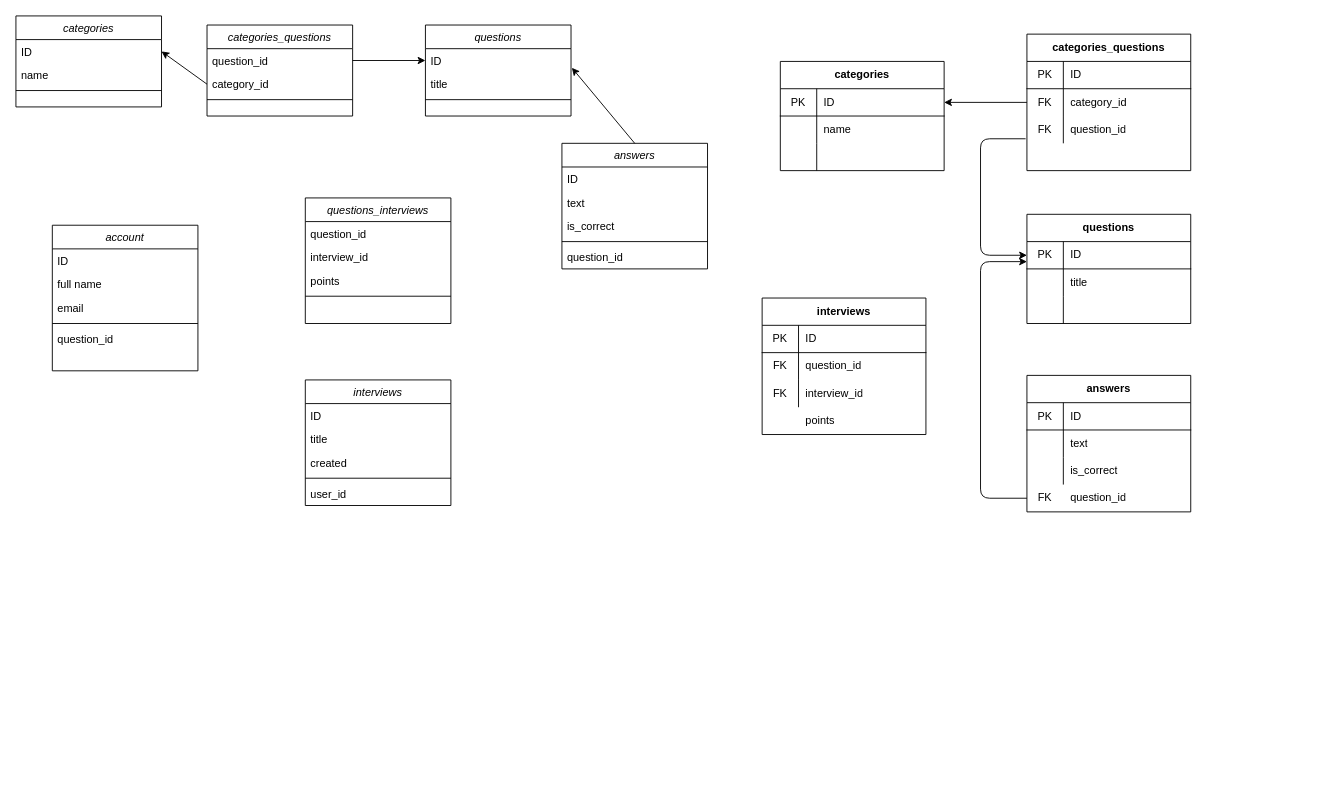
Earlier version of the draw.io diagram Untitled Diagram.drawio (marina-bozic/s3-terraform). Source tidied: cells renumbered, new cells numbered last; positions are measured from the earlier drawing's top-left corner, leaving out a move shared by most shapes. Both pictures are drawn from the tidied source at 91%, with x=0, y=0 at pixel (15, 15).
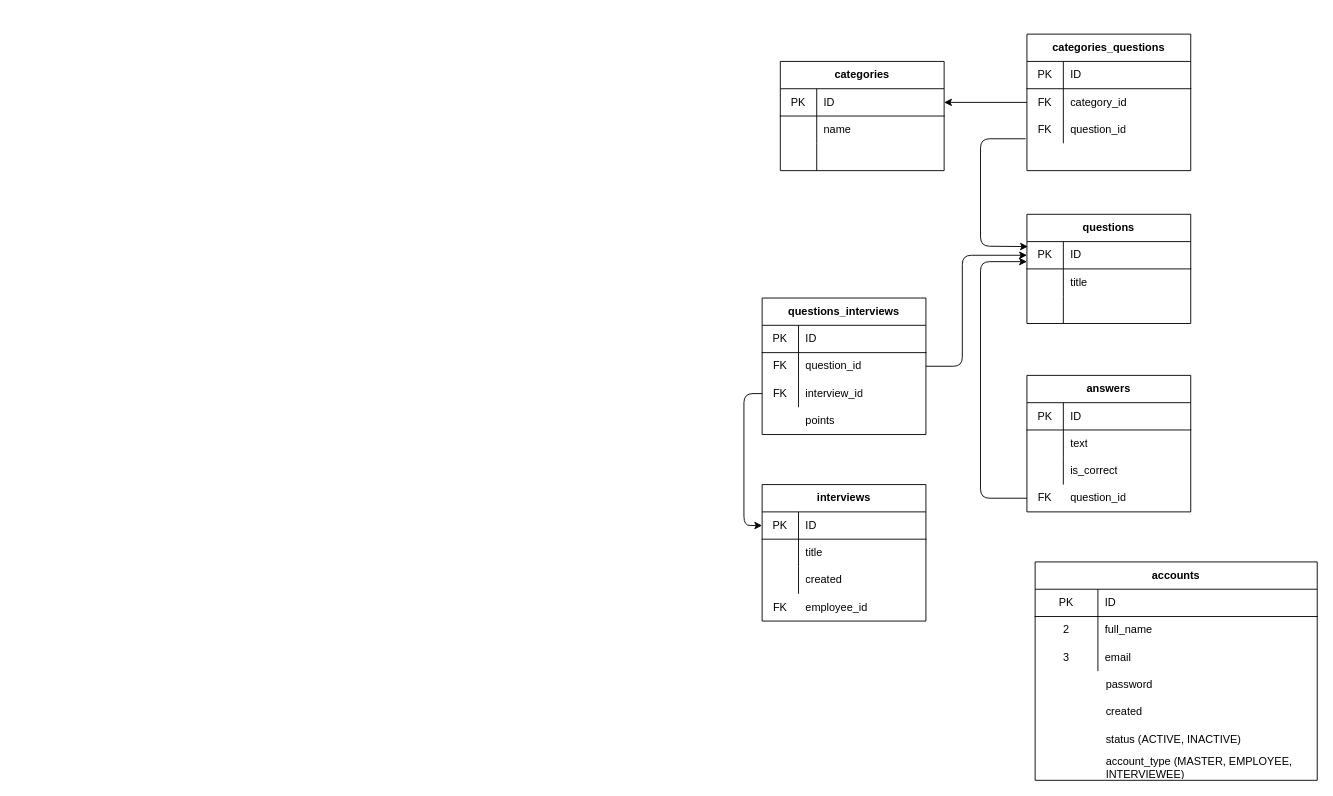
The same diagram, later.

Unchanged cells that the change refers to:
```xml
<mxCell id="57" style="shape=partialRectangle;html=1;whiteSpace=wrap;fillColor=none;top=0;left=0;bottom=0;right=0;points=[[0,0.5],[1,0.5]];portConstraint=eastwest;" parent="50" vertex="1">
  <mxGeometry y="90" width="180" height="30" as="geometry" />
</mxCell>
<mxCell id="61" style="shape=partialRectangle;html=1;whiteSpace=wrap;fillColor=none;top=0;left=0;bottom=1;right=0;points=[[0,0.5],[1,0.5]];portConstraint=eastwest;" parent="60" vertex="1">
  <mxGeometry y="30" width="180" height="30" as="geometry" />
</mxCell>
<mxCell id="89" style="shape=partialRectangle;html=1;whiteSpace=wrap;fillColor=none;top=0;left=0;bottom=0;right=0;points=[[0,0.5],[1,0.5]];portConstraint=eastwest;" parent="85" vertex="1">
  <mxGeometry y="60" width="180" height="30" as="geometry" />
</mxCell>
<mxCell id="92" style="shape=partialRectangle;html=1;whiteSpace=wrap;fillColor=none;top=0;left=0;bottom=0;right=0;points=[[0,0.5],[1,0.5]];portConstraint=eastwest;" parent="85" vertex="1">
  <mxGeometry y="90" width="180" height="30" as="geometry" />
</mxCell>
```

The edit, as a diff of the source:
```diff
@@
-    <mxCell id="2" value="categories" style="swimlane;fontStyle=2;align=center;verticalAlign=top;horizontal=1;startSize=26;rounded=0;shadow=0;strokeWidth=1;" parent="1" vertex="1">
-      <mxGeometry width="160" height="100" as="geometry" />
-    </mxCell>
-    <mxCell id="3" value="ID" style="text;align=left;verticalAlign=top;spacingLeft=4;spacingRight=4;overflow=hidden;points=[[0,0.5],[1,0.5]];portConstraint=eastwest;" parent="2" vertex="1">
-      <mxGeometry y="26" width="160" height="26" as="geometry" />
-    </mxCell>
-    <mxCell id="4" value="name" style="text;align=left;verticalAlign=top;spacingLeft=4;spacingRight=4;overflow=hidden;rounded=0;shadow=0;html=0;" parent="2" vertex="1">
-      <mxGeometry y="52" width="160" height="26" as="geometry" />
-    </mxCell>
-    <mxCell id="5" style="line;html=1;strokeWidth=1;align=left;verticalAlign=middle;spacingTop=-1;spacingLeft=3;spacingRight=3;labelPosition=right;" parent="2" vertex="1">
-      <mxGeometry y="78" width="160" height="8" as="geometry" />
-    </mxCell>
-    <mxCell id="6" value="questions" style="swimlane;fontStyle=2;align=center;verticalAlign=top;horizontal=1;startSize=26;rounded=0;shadow=0;strokeWidth=1;" parent="1" vertex="1">
-      <mxGeometry x="450" y="10" width="160" height="100" as="geometry" />
-    </mxCell>
-    <mxCell id="7" value="ID" style="text;align=left;verticalAlign=top;spacingLeft=4;spacingRight=4;overflow=hidden;points=[[0,0.5],[1,0.5]];portConstraint=eastwest;" parent="6" vertex="1">
-      <mxGeometry y="26" width="160" height="26" as="geometry" />
-    </mxCell>
-    <mxCell id="8" value="title" style="text;align=left;verticalAlign=top;spacingLeft=4;spacingRight=4;overflow=hidden;points=[[0,0.5],[1,0.5]];portConstraint=eastwest;rounded=0;shadow=0;html=0;" parent="6" vertex="1">
-      <mxGeometry y="52" width="160" height="26" as="geometry" />
-    </mxCell>
-    <mxCell id="9" style="line;html=1;strokeWidth=1;align=left;verticalAlign=middle;spacingTop=-1;spacingLeft=3;spacingRight=3;labelPosition=right;" parent="6" vertex="1">
-      <mxGeometry y="78" width="160" height="8" as="geometry" />
-    </mxCell>
-    <mxCell id="10" value="categories_questions" style="swimlane;fontStyle=2;align=center;verticalAlign=top;horizontal=1;startSize=26;rounded=0;shadow=0;strokeWidth=1;" parent="1" vertex="1">
-      <mxGeometry x="210" y="10" width="160" height="100" as="geometry" />
-    </mxCell>
-    <mxCell id="11" value="question_id" style="text;align=left;verticalAlign=top;spacingLeft=4;spacingRight=4;overflow=hidden;points=[[0,0.5],[1,0.5]];portConstraint=eastwest;" parent="10" vertex="1">
-      <mxGeometry y="26" width="160" height="26" as="geometry" />
-    </mxCell>
-    <mxCell id="12" value="category_id" style="text;align=left;verticalAlign=top;spacingLeft=4;spacingRight=4;overflow=hidden;points=[[0,0.5],[1,0.5]];portConstraint=eastwest;rounded=0;shadow=0;html=0;" parent="10" vertex="1">
-      <mxGeometry y="52" width="160" height="26" as="geometry" />
-    </mxCell>
-    <mxCell id="13" style="line;html=1;strokeWidth=1;align=left;verticalAlign=middle;spacingTop=-1;spacingLeft=3;spacingRight=3;labelPosition=right;" parent="10" vertex="1">
-      <mxGeometry y="78" width="160" height="8" as="geometry" />
-    </mxCell>
-    <mxCell id="14" style="endArrow=classic;html=1;exitX=1;exitY=0.5;exitDx=0;exitDy=0;entryX=0;entryY=0.5;entryDx=0;entryDy=0;" parent="1" edge="1" source="11" target="7">
-      <mxGeometry relative="1" as="geometry" />
-    </mxCell>
-    <mxCell id="15" style="endArrow=classic;html=1;exitX=0;exitY=0.5;exitDx=0;exitDy=0;entryX=1;entryY=0.5;entryDx=0;entryDy=0;" parent="1" edge="1" source="12" target="3">
-      <mxGeometry relative="1" as="geometry" />
-    </mxCell>
-    <mxCell id="16" value="answers" style="swimlane;fontStyle=2;align=center;verticalAlign=top;horizontal=1;startSize=26;rounded=0;shadow=0;strokeWidth=1;" parent="1" vertex="1">
-      <mxGeometry x="600" y="140" width="160" height="138" as="geometry" />
-    </mxCell>
-    <mxCell id="17" value="ID" style="text;align=left;verticalAlign=top;spacingLeft=4;spacingRight=4;overflow=hidden;" parent="16" vertex="1">
-      <mxGeometry y="26" width="160" height="26" as="geometry" />
-    </mxCell>
-    <mxCell id="18" value="text" style="text;align=left;verticalAlign=top;spacingLeft=4;spacingRight=4;overflow=hidden;rounded=0;shadow=0;html=0;" parent="16" vertex="1">
-      <mxGeometry y="52" width="160" height="26" as="geometry" />
-    </mxCell>
-    <mxCell id="19" value="is_correct" style="text;align=left;verticalAlign=top;spacingLeft=4;spacingRight=4;overflow=hidden;rounded=0;shadow=0;html=0;" parent="16" vertex="1">
-      <mxGeometry y="78" width="160" height="26" as="geometry" />
-    </mxCell>
-    <mxCell id="20" style="line;html=1;strokeWidth=1;align=left;verticalAlign=middle;spacingTop=-1;spacingLeft=3;spacingRight=3;labelPosition=right;" parent="16" vertex="1">
-      <mxGeometry y="104" width="160" height="8" as="geometry" />
-    </mxCell>
-    <mxCell id="21" value="question_id" style="text;align=left;verticalAlign=top;spacingLeft=4;spacingRight=4;overflow=hidden;" parent="16" vertex="1">
-      <mxGeometry y="112" width="160" height="26" as="geometry" />
-    </mxCell>
-    <mxCell id="22" style="endArrow=classic;html=1;exitX=0.5;exitY=0;exitDx=0;exitDy=0;entryX=1.006;entryY=-0.192;entryDx=0;entryDy=0;entryPerimeter=0;" parent="1" edge="1" source="16" target="8">
-      <mxGeometry relative="1" as="geometry" />
-    </mxCell>
-    <mxCell id="23" value="questions_interviews" style="swimlane;fontStyle=2;align=center;verticalAlign=top;horizontal=1;startSize=26;rounded=0;shadow=0;strokeWidth=1;" parent="1" vertex="1">
-      <mxGeometry x="318" y="200" width="160" height="138" as="geometry" />
-    </mxCell>
-    <mxCell id="24" value="question_id" style="text;align=left;verticalAlign=top;spacingLeft=4;spacingRight=4;overflow=hidden;" parent="23" vertex="1">
-      <mxGeometry y="26" width="160" height="26" as="geometry" />
-    </mxCell>
-    <mxCell id="25" value="interview_id" style="text;align=left;verticalAlign=top;spacingLeft=4;spacingRight=4;overflow=hidden;rounded=0;shadow=0;html=0;" parent="23" vertex="1">
-      <mxGeometry y="52" width="160" height="26" as="geometry" />
-    </mxCell>
-    <mxCell id="26" value="points" style="text;align=left;verticalAlign=top;spacingLeft=4;spacingRight=4;overflow=hidden;rounded=0;shadow=0;html=0;" parent="23" vertex="1">
-      <mxGeometry y="78" width="160" height="26" as="geometry" />
-    </mxCell>
-    <mxCell id="27" style="line;html=1;strokeWidth=1;align=left;verticalAlign=middle;spacingTop=-1;spacingLeft=3;spacingRight=3;labelPosition=right;" parent="23" vertex="1">
-      <mxGeometry y="104" width="160" height="8" as="geometry" />
-    </mxCell>
-    <mxCell id="28" value="interviews" style="swimlane;fontStyle=2;align=center;verticalAlign=top;horizontal=1;startSize=26;rounded=0;shadow=0;strokeWidth=1;" parent="1" vertex="1">
-      <mxGeometry x="318" y="400" width="160" height="138" as="geometry" />
-    </mxCell>
-    <mxCell id="29" value="ID" style="text;align=left;verticalAlign=top;spacingLeft=4;spacingRight=4;overflow=hidden;" parent="28" vertex="1">
-      <mxGeometry y="26" width="160" height="26" as="geometry" />
-    </mxCell>
-    <mxCell id="30" value="title" style="text;align=left;verticalAlign=top;spacingLeft=4;spacingRight=4;overflow=hidden;rounded=0;shadow=0;html=0;" parent="28" vertex="1">
-      <mxGeometry y="52" width="160" height="26" as="geometry" />
-    </mxCell>
-    <mxCell id="31" value="created" style="text;align=left;verticalAlign=top;spacingLeft=4;spacingRight=4;overflow=hidden;rounded=0;shadow=0;html=0;" parent="28" vertex="1">
-      <mxGeometry y="78" width="160" height="26" as="geometry" />
-    </mxCell>
-    <mxCell id="32" style="line;html=1;strokeWidth=1;align=left;verticalAlign=middle;spacingTop=-1;spacingLeft=3;spacingRight=3;labelPosition=right;" parent="28" vertex="1">
-      <mxGeometry y="104" width="160" height="8" as="geometry" />
-    </mxCell>
-    <mxCell id="33" value="user_id" style="text;align=left;verticalAlign=top;spacingLeft=4;spacingRight=4;overflow=hidden;" parent="28" vertex="1">
-      <mxGeometry y="112" width="160" height="26" as="geometry" />
-    </mxCell>
-    <mxCell id="34" value="account" style="swimlane;fontStyle=2;align=center;verticalAlign=top;horizontal=1;startSize=26;rounded=0;shadow=0;strokeWidth=1;" parent="1" vertex="1">
-      <mxGeometry x="40" y="230" width="160" height="160" as="geometry" />
-    </mxCell>
-    <mxCell id="35" value="ID" style="text;align=left;verticalAlign=top;spacingLeft=4;spacingRight=4;overflow=hidden;" parent="34" vertex="1">
-      <mxGeometry y="26" width="160" height="26" as="geometry" />
-    </mxCell>
-    <mxCell id="36" value="full name" style="text;align=left;verticalAlign=top;spacingLeft=4;spacingRight=4;overflow=hidden;rounded=0;shadow=0;html=0;" parent="34" vertex="1">
-      <mxGeometry y="52" width="160" height="26" as="geometry" />
-    </mxCell>
-    <mxCell id="37" value="email" style="text;align=left;verticalAlign=top;spacingLeft=4;spacingRight=4;overflow=hidden;rounded=0;shadow=0;html=0;" parent="34" vertex="1">
-      <mxGeometry y="78" width="160" height="26" as="geometry" />
-    </mxCell>
-    <mxCell id="38" style="line;html=1;strokeWidth=1;align=left;verticalAlign=middle;spacingTop=-1;spacingLeft=3;spacingRight=3;labelPosition=right;" parent="34" vertex="1">
-      <mxGeometry y="104" width="160" height="8" as="geometry" />
-    </mxCell>
-    <mxCell id="39" value="question_id" style="text;align=left;verticalAlign=top;spacingLeft=4;spacingRight=4;overflow=hidden;" parent="34" vertex="1">
-      <mxGeometry y="112" width="160" height="22" as="geometry" />
-    </mxCell>
@@
-    <mxCell id="84" style="endArrow=classic;html=1;exitX=-0.008;exitY=0.833;exitDx=0;exitDy=0;entryX=0;entryY=0.5;entryDx=0;entryDy=0;exitPerimeter=0;" parent="1" edge="1" source="57" target="61">
+    <mxCell id="84" style="endArrow=classic;html=1;exitX=-0.008;exitY=0.833;exitDx=0;exitDy=0;entryX=0.006;entryY=0.183;entryDx=0;entryDy=0;exitPerimeter=0;entryPerimeter=0;" parent="1" edge="1" source="57" target="61">
       <mxGeometry relative="1" as="geometry">
         <Array as="points">
           <mxPoint x="1060" y="135" />
-          <mxPoint x="1060" y="263" />
+          <mxPoint x="1060" y="253" />
         </Array>
       </mxGeometry>
     </mxCell>
-    <mxCell id="85" value="interviews" style="shape=table;html=1;whiteSpace=wrap;startSize=30;childLayout=tableLayout;rowLines=0;fontStyle=1;align=center;" parent="1" vertex="1">
+    <mxCell id="85" value="questions_interviews" style="shape=table;html=1;whiteSpace=wrap;startSize=30;childLayout=tableLayout;rowLines=0;fontStyle=1;align=center;" parent="1" vertex="1">
       <mxGeometry x="820" y="310" width="180" height="150" as="geometry" />
     </mxCell>
@@
+    <mxCell id="28" value="interviews" style="shape=table;html=1;whiteSpace=wrap;startSize=30;childLayout=tableLayout;rowLines=0;fontStyle=1;align=center;" parent="1" vertex="1">
+      <mxGeometry x="820" y="515" width="180" height="150" as="geometry" />
+    </mxCell>
+    <mxCell id="96" style="shape=partialRectangle;html=1;whiteSpace=wrap;fillColor=none;top=0;left=0;bottom=1;right=0;points=[[0,0.5],[1,0.5]];portConstraint=eastwest;" parent="28" vertex="1">
+      <mxGeometry y="30" width="180" height="30" as="geometry" />
+    </mxCell>
+    <mxCell id="97" value="PK" style="shape=partialRectangle;html=1;whiteSpace=wrap;fillColor=none;top=0;left=0;bottom=0;right=0;overflow=hidden;" parent="96" vertex="1">
+      <mxGeometry width="40" height="30" as="geometry" />
+    </mxCell>
+    <mxCell id="98" value="ID" style="shape=partialRectangle;html=1;whiteSpace=wrap;fillColor=none;top=0;left=0;bottom=0;right=0;align=left;spacingLeft=6;overflow=hidden;" parent="96" vertex="1">
+      <mxGeometry x="40" width="140" height="30" as="geometry" />
+    </mxCell>
+    <mxCell id="99" style="shape=partialRectangle;html=1;whiteSpace=wrap;fillColor=none;top=0;left=0;bottom=0;right=0;" parent="28" vertex="1">
+      <mxGeometry y="60" width="180" height="30" as="geometry" />
+    </mxCell>
+    <mxCell id="100" style="shape=partialRectangle;html=1;whiteSpace=wrap;fillColor=none;top=0;left=0;bottom=0;right=0;overflow=hidden;" parent="99" vertex="1">
+      <mxGeometry width="40" height="30" as="geometry" />
+    </mxCell>
+    <mxCell id="101" value="title" style="shape=partialRectangle;html=1;whiteSpace=wrap;fillColor=none;top=0;left=0;bottom=0;right=0;align=left;spacingLeft=6;overflow=hidden;" parent="99" vertex="1">
+      <mxGeometry x="40" width="140" height="30" as="geometry" />
+    </mxCell>
+    <mxCell id="102" style="shape=partialRectangle;html=1;whiteSpace=wrap;fillColor=none;top=0;left=0;bottom=0;right=0;" parent="28" vertex="1">
+      <mxGeometry y="90" width="180" height="30" as="geometry" />
+    </mxCell>
+    <mxCell id="103" style="shape=partialRectangle;html=1;whiteSpace=wrap;fillColor=none;top=0;left=0;bottom=0;right=0;overflow=hidden;" parent="102" vertex="1">
+      <mxGeometry width="40" height="30" as="geometry" />
+    </mxCell>
+    <mxCell id="104" value="created" style="shape=partialRectangle;html=1;whiteSpace=wrap;fillColor=none;top=0;left=0;bottom=0;right=0;align=left;spacingLeft=6;overflow=hidden;" parent="102" vertex="1">
+      <mxGeometry x="40" width="140" height="30" as="geometry" />
+    </mxCell>
+    <mxCell id="105" value="employee_id" style="shape=partialRectangle;html=1;whiteSpace=wrap;fillColor=none;top=0;left=0;bottom=0;right=0;align=left;spacingLeft=6;overflow=hidden;" parent="1" vertex="1">
+      <mxGeometry x="860" y="635" width="140" height="30" as="geometry" />
+    </mxCell>
+    <mxCell id="106" value="FK" style="shape=partialRectangle;html=1;whiteSpace=wrap;fillColor=none;top=0;left=0;bottom=0;right=0;overflow=hidden;" parent="1" vertex="1">
+      <mxGeometry x="820" y="635" width="40" height="30" as="geometry" />
+    </mxCell>
+    <mxCell id="107" style="endArrow=classic;html=1;exitX=1;exitY=0.5;exitDx=0;exitDy=0;entryX=0;entryY=0.5;entryDx=0;entryDy=0;" parent="1" edge="1" source="89" target="61">
+      <mxGeometry relative="1" as="geometry">
+        <Array as="points">
+          <mxPoint x="1040" y="385" />
+          <mxPoint x="1040" y="263" />
+        </Array>
+      </mxGeometry>
+    </mxCell>
+    <mxCell id="108" style="endArrow=classic;html=1;exitX=0;exitY=0.5;exitDx=0;exitDy=0;entryX=0;entryY=0.5;entryDx=0;entryDy=0;" parent="1" edge="1" source="92" target="96">
+      <mxGeometry relative="1" as="geometry">
+        <Array as="points">
+          <mxPoint x="800" y="415" />
+          <mxPoint x="800" y="560" />
+        </Array>
+      </mxGeometry>
+    </mxCell>
+    <mxCell id="109" value="accounts" style="shape=table;html=1;whiteSpace=wrap;startSize=30;childLayout=tableLayout;rowLines=0;fontStyle=1;align=center;" parent="1" vertex="1">
+      <mxGeometry x="1120" y="600" width="310" height="240" as="geometry" />
+    </mxCell>
+    <mxCell id="110" style="shape=partialRectangle;html=1;whiteSpace=wrap;fillColor=none;top=0;left=0;bottom=1;right=0;" parent="109" vertex="1">
+      <mxGeometry y="30" width="310" height="30" as="geometry" />
+    </mxCell>
+    <mxCell id="111" value="PK" style="shape=partialRectangle;html=1;whiteSpace=wrap;fillColor=none;top=0;left=0;bottom=0;right=0;overflow=hidden;" parent="110" vertex="1">
+      <mxGeometry width="69" height="30" as="geometry" />
+    </mxCell>
+    <mxCell id="112" value="ID" style="shape=partialRectangle;html=1;whiteSpace=wrap;fillColor=none;top=0;left=0;bottom=0;right=0;align=left;spacingLeft=6;overflow=hidden;" parent="110" vertex="1">
+      <mxGeometry x="69" width="241" height="30" as="geometry" />
+    </mxCell>
+    <mxCell id="113" style="shape=partialRectangle;html=1;whiteSpace=wrap;fillColor=none;top=0;left=0;bottom=0;right=0;" parent="109" vertex="1">
+      <mxGeometry y="60" width="310" height="30" as="geometry" />
+    </mxCell>
+    <mxCell id="114" value="2" style="shape=partialRectangle;html=1;whiteSpace=wrap;fillColor=none;top=0;left=0;bottom=0;right=0;overflow=hidden;" parent="113" vertex="1">
+      <mxGeometry width="69" height="30" as="geometry" />
+    </mxCell>
+    <mxCell id="115" value="full_name" style="shape=partialRectangle;html=1;whiteSpace=wrap;fillColor=none;top=0;left=0;bottom=0;right=0;align=left;spacingLeft=6;overflow=hidden;" parent="113" vertex="1">
+      <mxGeometry x="69" width="241" height="30" as="geometry" />
+    </mxCell>
+    <mxCell id="116" style="shape=partialRectangle;html=1;whiteSpace=wrap;fillColor=none;top=0;left=0;bottom=0;right=0;" parent="109" vertex="1">
+      <mxGeometry y="90" width="310" height="30" as="geometry" />
+    </mxCell>
+    <mxCell id="117" value="3" style="shape=partialRectangle;html=1;whiteSpace=wrap;fillColor=none;top=0;left=0;bottom=0;right=0;overflow=hidden;" parent="116" vertex="1">
+      <mxGeometry width="69" height="30" as="geometry" />
+    </mxCell>
+    <mxCell id="37" value="email" style="shape=partialRectangle;html=1;whiteSpace=wrap;fillColor=none;top=0;left=0;bottom=0;right=0;align=left;spacingLeft=6;overflow=hidden;" parent="116" vertex="1">
+      <mxGeometry x="69" width="241" height="30" as="geometry" />
+    </mxCell>
+    <mxCell id="118" value="password" style="shape=partialRectangle;html=1;whiteSpace=wrap;fillColor=none;top=0;left=0;bottom=0;right=0;align=left;spacingLeft=6;overflow=hidden;" parent="1" vertex="1">
+      <mxGeometry x="1190" y="720" width="140" height="30" as="geometry" />
+    </mxCell>
+    <mxCell id="119" value="created" style="shape=partialRectangle;html=1;whiteSpace=wrap;fillColor=none;top=0;left=0;bottom=0;right=0;align=left;spacingLeft=6;overflow=hidden;" parent="1" vertex="1">
+      <mxGeometry x="1190" y="750" width="140" height="30" as="geometry" />
+    </mxCell>
+    <mxCell id="120" value="status (ACTIVE, INACTIVE)" style="shape=partialRectangle;html=1;whiteSpace=wrap;fillColor=none;top=0;left=0;bottom=0;right=0;align=left;spacingLeft=6;overflow=hidden;" parent="1" vertex="1">
+      <mxGeometry x="1190" y="780" width="190" height="30" as="geometry" />
+    </mxCell>
+    <mxCell id="121" value="account_type (MASTER, EMPLOYEE, INTERVIEWEE)" style="shape=partialRectangle;html=1;whiteSpace=wrap;fillColor=none;top=0;left=0;bottom=0;right=0;align=left;spacingLeft=6;overflow=hidden;" parent="1" vertex="1">
+      <mxGeometry x="1190" y="810" width="230" height="30" as="geometry" />
+    </mxCell>
```
